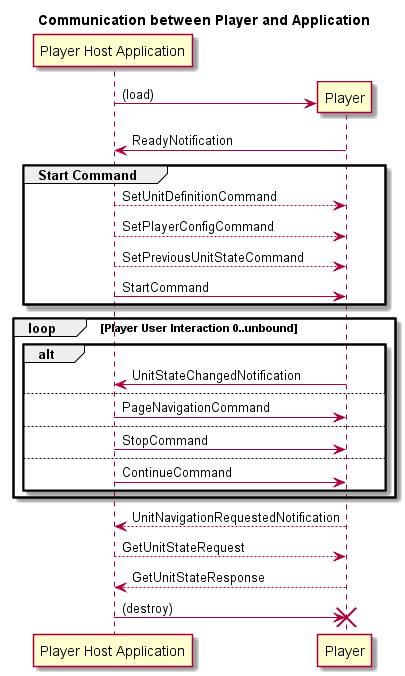
This is model/png/interfaceModel.png from verona-interfaces/player, a PlantUML export, as it was before one commit.
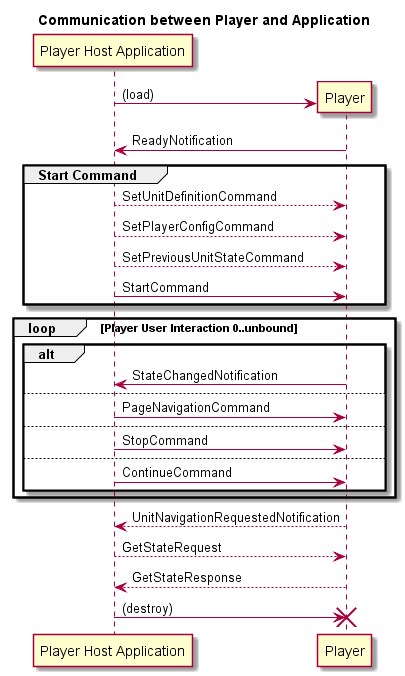
Later version of the same file.

Change to the diagram source:
```diff
@@ -16,7 +16,7 @@
 
 loop Player User Interaction 0..unbound
     alt
-        Player -> app: UnitStateChangedNotification
+        Player -> app: StateChangedNotification
     else
         app -> Player: PageNavigationCommand
     else
@@ -27,8 +27,8 @@
 end
 
 Player --> app: UnitNavigationRequestedNotification
-app --> Player: GetUnitStateRequest
-Player --> app: GetUnitStateResponse
+app --> Player: GetStateRequest
+Player --> app: GetStateResponse
 
 app -> Player: (destroy)
 destroy Player
```
